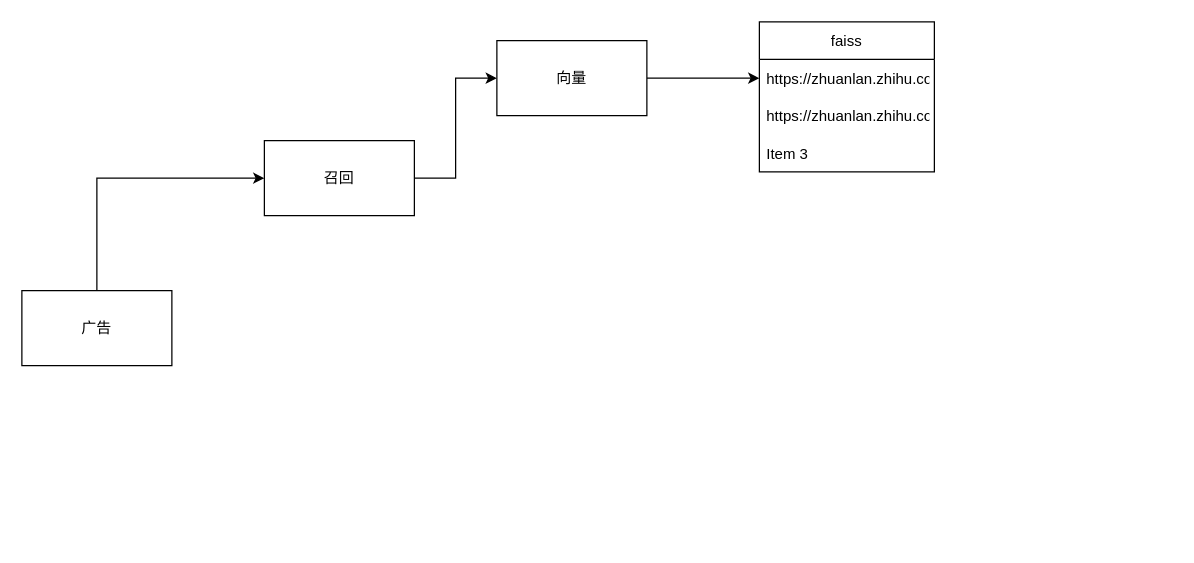
The draw.io diagram resources/广告.drawio in lubit/lubit.github.io, before the edit. Source tidied: cells renumbered, new cells numbered last; positions are measured from the earlier drawing's top-left corner, leaving out a move shared by most shapes. Both pictures are drawn from the tidied source at 125%, with x=0, y=0 at pixel (21, 21).
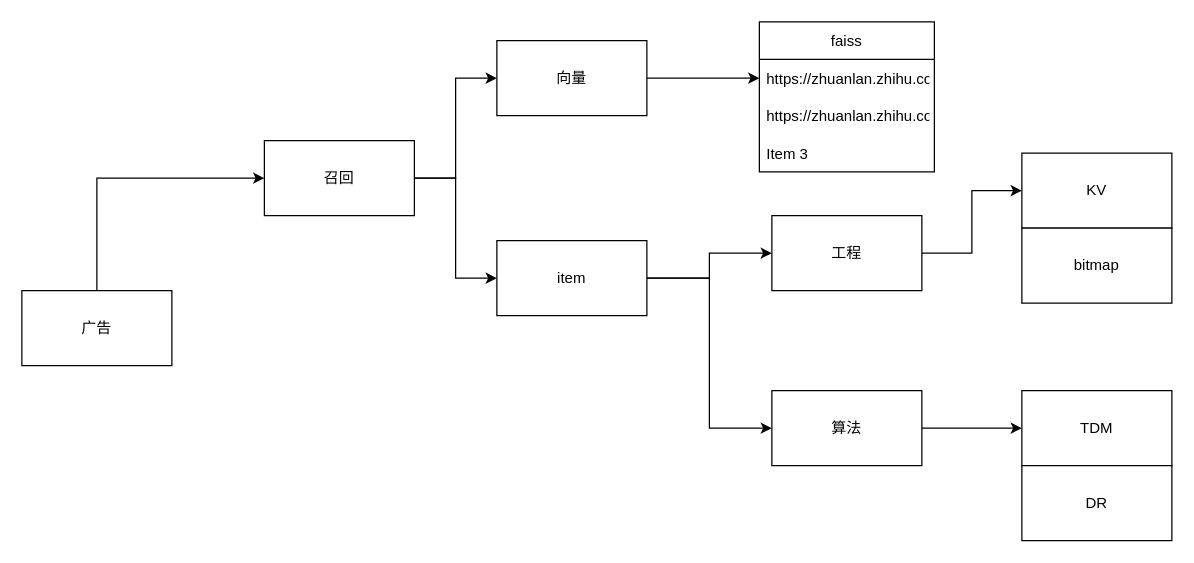
The same page after the edit.

The change refers to these unchanged cells:
```xml
<mxCell id="5" value="召回" style="rounded=0;whiteSpace=wrap;html=1;" parent="1" vertex="1">
  <mxGeometry x="194" y="95" width="120" height="60" as="geometry" />
</mxCell>
```

Change to the diagram source:
```diff
@@
+    <mxCell id="12" style="edgeStyle=orthogonalEdgeStyle;rounded=0;jettySize=auto;html=1;exitX=1;exitY=0.5;exitDx=0;exitDy=0;entryX=0;entryY=0.5;entryDx=0;entryDy=0;" parent="1" edge="1" source="5" target="15">
+      <mxGeometry relative="1" as="geometry" />
+    </mxCell>
@@
+    <mxCell id="13" style="edgeStyle=orthogonalEdgeStyle;rounded=0;jettySize=auto;html=1;exitX=1;exitY=0.5;exitDx=0;exitDy=0;" parent="1" edge="1" source="15" target="17">
+      <mxGeometry relative="1" as="geometry" />
+    </mxCell>
+    <mxCell id="14" style="edgeStyle=orthogonalEdgeStyle;rounded=0;jettySize=auto;html=1;exitX=1;exitY=0.5;exitDx=0;exitDy=0;" parent="1" edge="1" source="15" target="19">
+      <mxGeometry relative="1" as="geometry">
+        <Array as="points">
+          <mxPoint x="550" y="205" />
+          <mxPoint x="550" y="325" />
+        </Array>
+      </mxGeometry>
+    </mxCell>
+    <mxCell id="15" value="item" style="rounded=0;whiteSpace=wrap;html=1;" parent="1" vertex="1">
+      <mxGeometry x="380" y="175" width="120" height="60" as="geometry" />
+    </mxCell>
+    <mxCell id="16" style="edgeStyle=orthogonalEdgeStyle;rounded=0;jettySize=auto;html=1;" parent="1" edge="1" source="17" target="20">
+      <mxGeometry relative="1" as="geometry" />
+    </mxCell>
+    <mxCell id="17" value="工程" style="rounded=0;whiteSpace=wrap;html=1;" parent="1" vertex="1">
+      <mxGeometry x="600" y="155" width="120" height="60" as="geometry" />
+    </mxCell>
+    <mxCell id="18" style="edgeStyle=orthogonalEdgeStyle;rounded=0;jettySize=auto;html=1;exitX=1;exitY=0.5;exitDx=0;exitDy=0;" parent="1" edge="1" source="19" target="23">
+      <mxGeometry relative="1" as="geometry" />
+    </mxCell>
+    <mxCell id="19" value="算法" style="rounded=0;whiteSpace=wrap;html=1;" parent="1" vertex="1">
+      <mxGeometry x="600" y="295" width="120" height="60" as="geometry" />
+    </mxCell>
+    <mxCell id="20" value="KV" style="whiteSpace=wrap;html=1;rounded=0;" parent="1" vertex="1">
+      <mxGeometry x="800" y="105" width="120" height="60" as="geometry" />
+    </mxCell>
+    <mxCell id="21" value="bitmap" style="whiteSpace=wrap;html=1;rounded=0;" parent="1" vertex="1">
+      <mxGeometry x="800" y="165" width="120" height="60" as="geometry" />
+    </mxCell>
+    <mxCell id="22" style="edgeStyle=orthogonalEdgeStyle;rounded=0;orthogonalLoop=1;jettySize=auto;html=1;exitX=0.5;exitY=1;exitDx=0;exitDy=0;" parent="1" edge="1" source="19" target="19">
+      <mxGeometry relative="1" as="geometry" />
+    </mxCell>
+    <mxCell id="23" value="TDM" style="whiteSpace=wrap;html=1;rounded=0;" parent="1" vertex="1">
+      <mxGeometry x="800" y="295" width="120" height="60" as="geometry" />
+    </mxCell>
+    <mxCell id="24" value="DR" style="whiteSpace=wrap;html=1;rounded=0;" parent="1" vertex="1">
+      <mxGeometry x="800" y="355" width="120" height="60" as="geometry" />
+    </mxCell>
```
